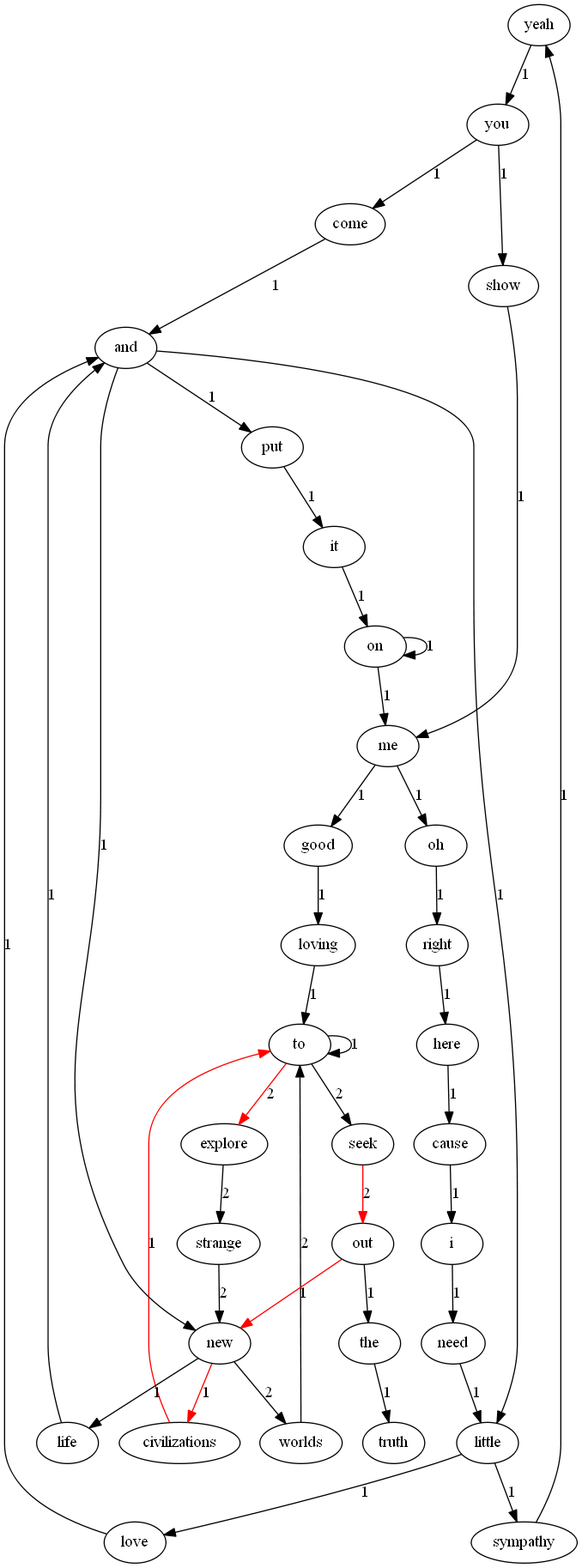
sunbai123456/lab1 keeps this Graphviz diagram as bin/path.png. Above is the earlier version. Its source is kept beside it as bin/path.dot.
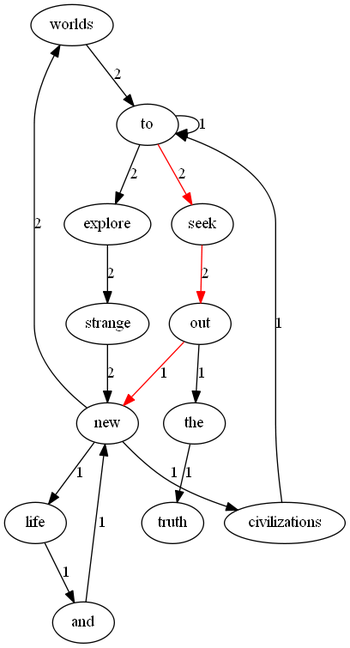
The same diagram one commit later.

Diff of the diagram source:
```diff
@@ -1,74 +1,30 @@
 digraph path1{
-yeah;
-good;
-put;
-me;
-civilizations;
-you;
-new;
-need;
-come;
-it;
-strange;
-loving;
-little;
-here;
-love;
 worlds;
-show;
-cause;
 seek;
 life;
 out;
 and;
-oh;
-sympathy;
-on;
+civilizations;
+new;
 explore;
-i;
-right;
+strange;
 the;
 truth;
 to;
-yeah->you[ label = "1" ];
-good->loving[ label = "1" ];
-put->it[ label = "1" ];
-me->oh[ label = "1" ];
-me->good[ label = "1" ];
-civilizations->to[ label = "1", color="red" ];
-you->come[ label = "1" ];
-you->show[ label = "1" ];
-new->worlds[ label = "2" ];
-new->life[ label = "1" ];
-new->civilizations[ label = "1", color="red" ];
-need->little[ label = "1" ];
-come->and[ label = "1" ];
-it->on[ label = "1" ];
-strange->new[ label = "2" ];
-loving->to[ label = "1" ];
-little->love[ label = "1" ];
-little->sympathy[ label = "1" ];
-here->cause[ label = "1" ];
-love->and[ label = "1" ];
 worlds->to[ label = "2" ];
-show->me[ label = "1" ];
-cause->i[ label = "1" ];
 seek->out[ label = "2", color="red" ];
 life->and[ label = "1" ];
 out->new[ label = "1", color="red" ];
 out->the[ label = "1" ];
-and->put[ label = "1" ];
-and->little[ label = "1" ];
 and->new[ label = "1" ];
-oh->right[ label = "1" ];
-sympathy->yeah[ label = "1" ];
-on->on[ label = "1" ];
-on->me[ label = "1" ];
+civilizations->to[ label = "1" ];
+new->worlds[ label = "2" ];
+new->life[ label = "1" ];
+new->civilizations[ label = "1" ];
 explore->strange[ label = "2" ];
-i->need[ label = "1" ];
-right->here[ label = "1" ];
+strange->new[ label = "2" ];
 the->truth[ label = "1" ];
-to->explore[ label = "2", color="red" ];
-to->seek[ label = "2" ];
+to->explore[ label = "2" ];
+to->seek[ label = "2", color="red" ];
 to->to[ label = "1" ];
 }
```
